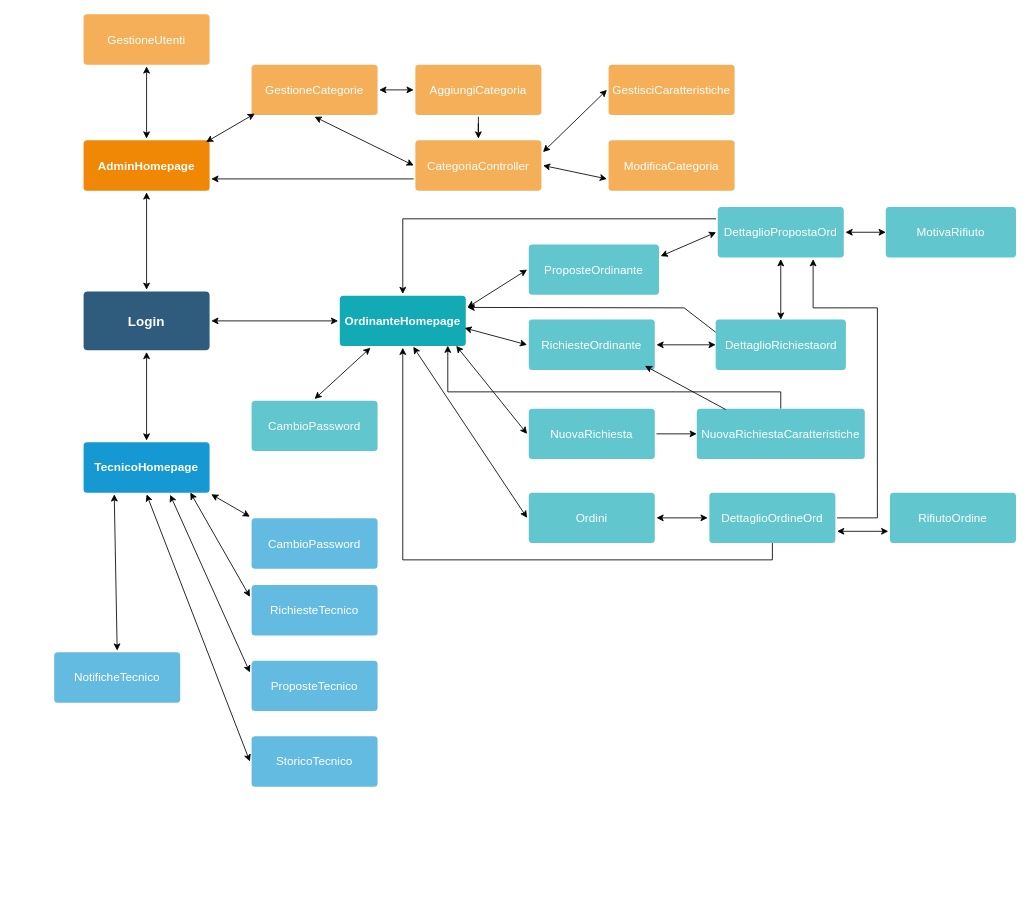
Before: navigation.drawio in jessvzz/webmarket, a draw.io diagram. Source tidied: cells renumbered, new cells numbered last; positions are measured from the earlier drawing's top-left corner, leaving out a move shared by most shapes. Both pictures are drawn from the tidied source at 84%, with x=0, y=0 at pixel (54, 13).
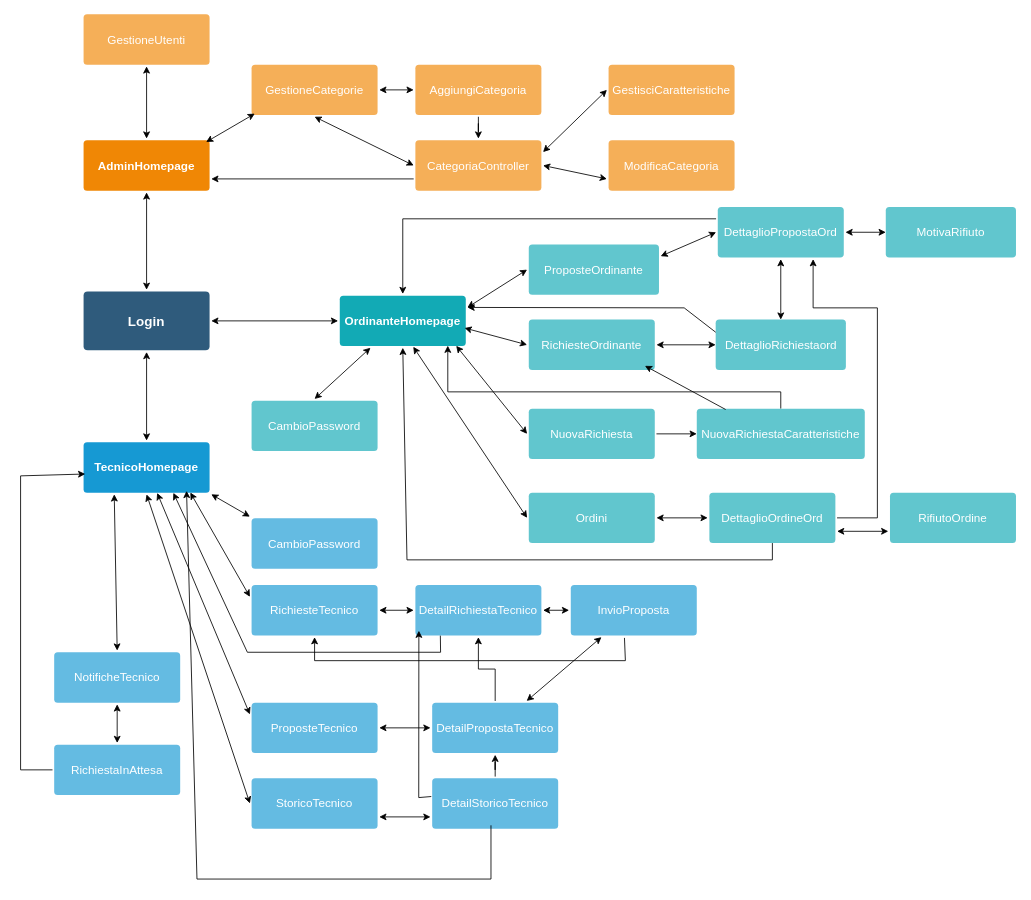
Above is the later version.

Commit message:
penso di aver finito navigation

The change refers to these unchanged cells:
```xml
<mxCell id="7" value="OrdinanteHomepage" style="rounded=1;whiteSpace=wrap;html=1;shadow=0;labelBackgroundColor=none;strokeColor=none;strokeWidth=3;fillColor=#12aab5;fontFamily=Helvetica;fontSize=14;fontColor=#FFFFFF;align=center;spacing=5;fontStyle=1;arcSize=7;perimeterSpacing=2;" parent="1" vertex="1">
  <mxGeometry x="340" y="335.5" width="150" height="60" as="geometry" />
</mxCell>
<mxCell id="53" value="RichiesteTecnico" style="rounded=1;whiteSpace=wrap;html=1;shadow=0;labelBackgroundColor=none;strokeColor=none;strokeWidth=3;fillColor=#64bbe2;fontFamily=Helvetica;fontSize=14;fontColor=#FFFFFF;align=center;spacing=5;arcSize=7;perimeterSpacing=2;" parent="1" vertex="1">
  <mxGeometry x="235" y="680" width="150" height="60" as="geometry" />
</mxCell>
<mxCell id="58" value="NotificheTecnico" style="rounded=1;whiteSpace=wrap;html=1;shadow=0;labelBackgroundColor=none;strokeColor=none;strokeWidth=3;fillColor=#64bbe2;fontFamily=Helvetica;fontSize=14;fontColor=#FFFFFF;align=center;spacing=5;arcSize=7;perimeterSpacing=2;" parent="1" vertex="1">
  <mxGeometry y="760" width="150" height="60" as="geometry" />
</mxCell>
<mxCell id="61" value="TecnicoHomepage" style="rounded=1;whiteSpace=wrap;html=1;shadow=0;labelBackgroundColor=none;strokeColor=none;strokeWidth=3;fillColor=#1699d3;fontFamily=Helvetica;fontSize=14;fontColor=#FFFFFF;align=center;spacing=5;fontStyle=1;arcSize=7;perimeterSpacing=2;" parent="1" vertex="1">
  <mxGeometry x="35" y="510" width="150" height="60" as="geometry" />
</mxCell>
```

Change to the diagram source:
```diff
@@
     <mxCell id="50" style="endArrow=classic;html=1;rounded=0;entryX=0.5;entryY=1;entryDx=0;entryDy=0;" parent="1" edge="1" target="7">
       <mxGeometry relative="1" as="geometry">
         <mxPoint x="855" y="630" as="sourcePoint" />
         <Array as="points">
           <mxPoint x="855" y="650" />
-          <mxPoint x="415" y="650" />
+          <mxPoint x="420" y="650" />
         </Array>
       </mxGeometry>
     </mxCell>
@@
     <mxCell id="55" value="ProposteTecnico" style="rounded=1;whiteSpace=wrap;html=1;shadow=0;labelBackgroundColor=none;strokeColor=none;strokeWidth=3;fillColor=#64bbe2;fontFamily=Helvetica;fontSize=14;fontColor=#FFFFFF;align=center;spacing=5;arcSize=7;perimeterSpacing=2;" parent="1" vertex="1">
-      <mxGeometry x="235" y="770" width="150" height="60" as="geometry" />
+      <mxGeometry x="235" y="820" width="150" height="60" as="geometry" />
     </mxCell>
-    <mxCell id="56" style="endArrow=classic;startArrow=classic;html=1;rounded=0;entryX=0.682;entryY=1.008;entryDx=0;entryDy=0;entryPerimeter=0;exitX=0;exitY=0.25;exitDx=0;exitDy=0;" parent="1" edge="1" source="55" target="61">
+    <mxCell id="56" style="endArrow=classic;startArrow=classic;html=1;rounded=0;entryX=0.582;entryY=0.975;entryDx=0;entryDy=0;entryPerimeter=0;exitX=0;exitY=0.25;exitDx=0;exitDy=0;" parent="1" edge="1" source="55" target="61">
       <mxGeometry relative="1" as="geometry" />
     </mxCell>
     <mxCell id="57" value="StoricoTecnico" style="rounded=1;whiteSpace=wrap;html=1;shadow=0;labelBackgroundColor=none;strokeColor=none;strokeWidth=3;fillColor=#64bbe2;fontFamily=Helvetica;fontSize=14;fontColor=#FFFFFF;align=center;spacing=5;arcSize=7;perimeterSpacing=2;" parent="1" vertex="1">
-      <mxGeometry x="235" y="860" width="150" height="60" as="geometry" />
+      <mxGeometry x="235" y="910" width="150" height="60" as="geometry" />
     </mxCell>
@@
+    <mxCell id="63" value="RichiestaInAttesa" style="rounded=1;whiteSpace=wrap;html=1;shadow=0;labelBackgroundColor=none;strokeColor=none;strokeWidth=3;fillColor=#64bbe2;fontFamily=Helvetica;fontSize=14;fontColor=#FFFFFF;align=center;spacing=5;arcSize=7;perimeterSpacing=2;" parent="1" vertex="1">
+      <mxGeometry y="870" width="150" height="60" as="geometry" />
+    </mxCell>
+    <mxCell id="64" style="endArrow=classic;startArrow=classic;html=1;rounded=0;entryX=0.5;entryY=1;entryDx=0;entryDy=0;exitX=0.5;exitY=0;exitDx=0;exitDy=0;" parent="1" edge="1" source="63" target="58">
+      <mxGeometry relative="1" as="geometry" />
+    </mxCell>
+    <mxCell id="65" style="endArrow=classic;html=1;rounded=0;exitX=0;exitY=0.5;exitDx=0;exitDy=0;entryX=0.026;entryY=0.622;entryDx=0;entryDy=0;entryPerimeter=0;" parent="1" edge="1" source="63" target="61">
+      <mxGeometry relative="1" as="geometry">
+        <Array as="points">
+          <mxPoint x="-40" y="900" />
+          <mxPoint x="-40" y="550" />
+        </Array>
+      </mxGeometry>
+    </mxCell>
+    <mxCell id="66" value="DetailRichiestaTecnico" style="rounded=1;whiteSpace=wrap;html=1;shadow=0;labelBackgroundColor=none;strokeColor=none;strokeWidth=3;fillColor=#64bbe2;fontFamily=Helvetica;fontSize=14;fontColor=#FFFFFF;align=center;spacing=5;arcSize=7;perimeterSpacing=2;" parent="1" vertex="1">
+      <mxGeometry x="430" y="680" width="150" height="60" as="geometry" />
+    </mxCell>
+    <mxCell id="67" style="endArrow=classic;startArrow=classic;html=1;rounded=0;exitX=1;exitY=0.5;exitDx=0;exitDy=0;entryX=0;entryY=0.5;entryDx=0;entryDy=0;" parent="1" edge="1" source="53" target="66">
+      <mxGeometry relative="1" as="geometry" />
+    </mxCell>
+    <mxCell id="68" style="endArrow=classic;html=1;rounded=0;exitX=0.206;exitY=0.972;exitDx=0;exitDy=0;exitPerimeter=0;entryX=0.707;entryY=0.972;entryDx=0;entryDy=0;entryPerimeter=0;" parent="1" edge="1" source="66" target="61">
+      <mxGeometry relative="1" as="geometry">
+        <Array as="points">
+          <mxPoint x="460" y="760" />
+          <mxPoint x="230" y="760" />
+        </Array>
+      </mxGeometry>
+    </mxCell>
+    <mxCell id="69" value="InvioProposta" style="rounded=1;whiteSpace=wrap;html=1;shadow=0;labelBackgroundColor=none;strokeColor=none;strokeWidth=3;fillColor=#64bbe2;fontFamily=Helvetica;fontSize=14;fontColor=#FFFFFF;align=center;spacing=5;arcSize=7;perimeterSpacing=2;" parent="1" vertex="1">
+      <mxGeometry x="615" y="680" width="150" height="60" as="geometry" />
+    </mxCell>
+    <mxCell id="70" style="endArrow=classic;startArrow=classic;html=1;rounded=0;exitX=1;exitY=0.5;exitDx=0;exitDy=0;entryX=0;entryY=0.5;entryDx=0;entryDy=0;" parent="1" edge="1" source="66" target="69">
+      <mxGeometry relative="1" as="geometry" />
+    </mxCell>
+    <mxCell id="71" style="endArrow=classic;html=1;rounded=0;exitX=0.428;exitY=1.014;exitDx=0;exitDy=0;exitPerimeter=0;entryX=0.5;entryY=1;entryDx=0;entryDy=0;" parent="1" edge="1" source="69" target="53">
+      <mxGeometry relative="1" as="geometry">
+        <Array as="points">
+          <mxPoint x="680" y="770" />
+          <mxPoint x="310" y="770" />
+        </Array>
+      </mxGeometry>
+    </mxCell>
+    <mxCell id="72" style="edgeStyle=orthogonalEdgeStyle;rounded=0;jettySize=auto;html=1;" parent="1" edge="1" source="73" target="66">
+      <mxGeometry relative="1" as="geometry" />
+    </mxCell>
+    <mxCell id="73" value="DetailPropostaTecnico" style="rounded=1;whiteSpace=wrap;html=1;shadow=0;labelBackgroundColor=none;strokeColor=none;strokeWidth=3;fillColor=#64bbe2;fontFamily=Helvetica;fontSize=14;fontColor=#FFFFFF;align=center;spacing=5;arcSize=7;perimeterSpacing=2;" parent="1" vertex="1">
+      <mxGeometry x="450" y="820" width="150" height="60" as="geometry" />
+    </mxCell>
+    <mxCell id="74" style="endArrow=classic;startArrow=classic;html=1;rounded=0;exitX=1;exitY=0.5;exitDx=0;exitDy=0;entryX=0;entryY=0.5;entryDx=0;entryDy=0;" parent="1" edge="1" source="55" target="73">
+      <mxGeometry relative="1" as="geometry" />
+    </mxCell>
+    <mxCell id="75" style="endArrow=classic;startArrow=classic;html=1;rounded=0;entryX=0.25;entryY=1;entryDx=0;entryDy=0;" parent="1" edge="1" source="73" target="69">
+      <mxGeometry relative="1" as="geometry" />
+    </mxCell>
+    <mxCell id="76" style="edgeStyle=orthogonalEdgeStyle;rounded=0;jettySize=auto;html=1;" parent="1" edge="1" source="77" target="73">
+      <mxGeometry relative="1" as="geometry" />
+    </mxCell>
+    <mxCell id="77" value="DetailStoricoTecnico" style="rounded=1;whiteSpace=wrap;html=1;shadow=0;labelBackgroundColor=none;strokeColor=none;strokeWidth=3;fillColor=#64bbe2;fontFamily=Helvetica;fontSize=14;fontColor=#FFFFFF;align=center;spacing=5;arcSize=7;perimeterSpacing=2;" parent="1" vertex="1">
+      <mxGeometry x="450" y="910" width="150" height="60" as="geometry" />
+    </mxCell>
+    <mxCell id="78" style="endArrow=classic;html=1;rounded=0;entryX=0.809;entryY=0.936;entryDx=0;entryDy=0;entryPerimeter=0;" parent="1" edge="1" target="61">
+      <mxGeometry relative="1" as="geometry">
+        <mxPoint x="520" y="966" as="sourcePoint" />
+        <Array as="points">
+          <mxPoint x="520" y="1030" />
+          <mxPoint x="170" y="1030" />
+        </Array>
+      </mxGeometry>
+    </mxCell>
+    <mxCell id="79" style="endArrow=classic;html=1;rounded=0;exitX=0.006;exitY=0.371;exitDx=0;exitDy=0;exitPerimeter=0;entryX=0.04;entryY=0.88;entryDx=0;entryDy=0;entryPerimeter=0;" parent="1" edge="1" source="77" target="66">
+      <mxGeometry relative="1" as="geometry">
+        <Array as="points">
+          <mxPoint x="434" y="933" />
+        </Array>
+      </mxGeometry>
+    </mxCell>
+    <mxCell id="80" style="endArrow=classic;startArrow=classic;html=1;rounded=0;exitX=1;exitY=0.75;exitDx=0;exitDy=0;entryX=0;entryY=0.75;entryDx=0;entryDy=0;" parent="1" edge="1" source="57" target="77">
+      <mxGeometry relative="1" as="geometry" />
+    </mxCell>
```
